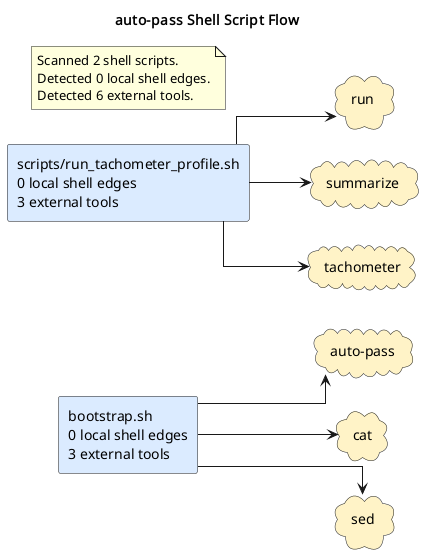
Earlier version of the PlantUML export docs/diagrams/shell-call-graph.puml.png (casonk/auto-pass).
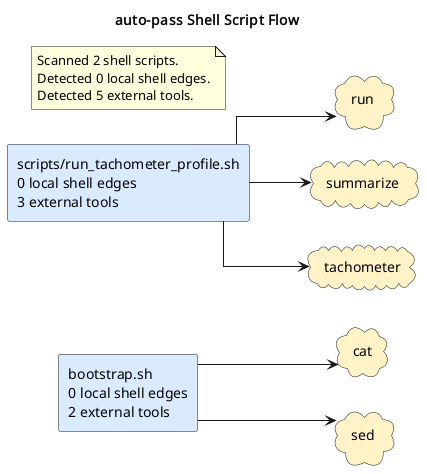
The same diagram one commit later.

Diff of the diagram source:
```diff
@@ -5,15 +5,13 @@
 skinparam defaultFontName Monospace
 skinparam componentStyle rectangle
 skinparam linetype ortho
-rectangle "bootstrap.sh\n0 local shell edges\n3 external tools" as shell_bootstrap_sh #DBEAFE
+rectangle "bootstrap.sh\n0 local shell edges\n2 external tools" as shell_bootstrap_sh #DBEAFE
 rectangle "scripts/run_tachometer_profile.sh\n0 local shell edges\n3 external tools" as shell_scripts_run_tachometer_profile_sh #DBEAFE
-cloud "auto-pass" as tool_auto_pass #FEF3C7
 cloud "cat" as tool_cat #FEF3C7
 cloud "run" as tool_run #FEF3C7
 cloud "sed" as tool_sed #FEF3C7
 cloud "summarize" as tool_summarize #FEF3C7
 cloud "tachometer" as tool_tachometer #FEF3C7
-shell_bootstrap_sh --> tool_auto_pass
 shell_bootstrap_sh --> tool_cat
 shell_bootstrap_sh --> tool_sed
 shell_scripts_run_tachometer_profile_sh --> tool_run
@@ -22,6 +20,6 @@
 note as shellGraphSummary
 Scanned 2 shell scripts.
 Detected 0 local shell edges.
-Detected 6 external tools.
+Detected 5 external tools.
 end note
 @enduml
```
